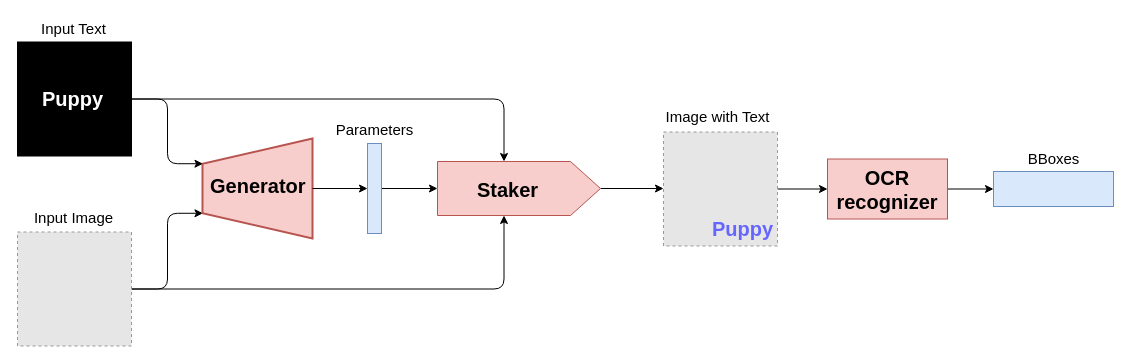
Before: docs/architecture_target.drawio in GrigoryBartosh/hse07_dl_ocr, a draw.io diagram. Source tidied: cells renumbered, new cells numbered last; positions are measured from the earlier drawing's top-left corner, leaving out a move shared by most shapes. Both pictures are drawn from the tidied source at 100%, with x=0, y=0 at pixel (17, 16). Pictures stored in the file or linked from it are replaced by grey dashed boxes.
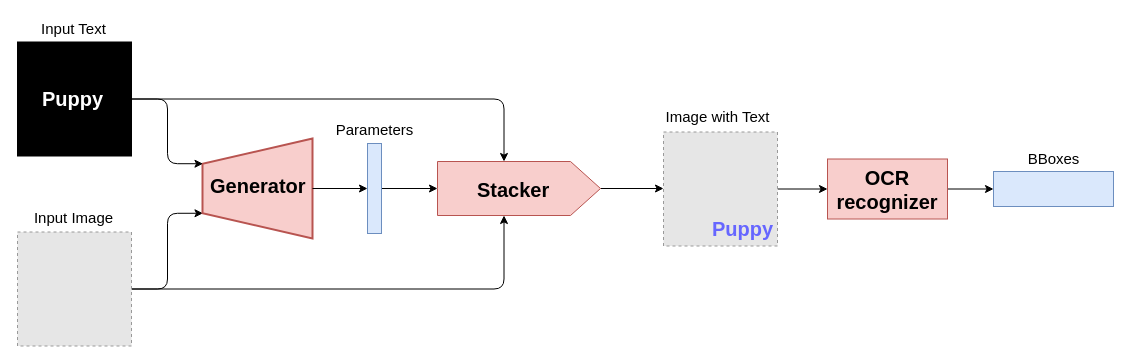
Above is the later version.

The edit, as a diff of the source:
```diff
@@
-    <mxCell id="13" value="&lt;b&gt;&lt;font style=&quot;font-size: 20px&quot;&gt;Staker&lt;/font&gt;&lt;/b&gt;" style="text;html=1;align=left;verticalAlign=top;spacingTop=-4;" parent="1" vertex="1">
-      <mxGeometry x="458" y="159" width="80" height="20" as="geometry" />
+    <mxCell id="13" value="&lt;b&gt;&lt;font style=&quot;font-size: 20px&quot;&gt;Stacker&lt;/font&gt;&lt;/b&gt;" style="text;html=1;align=left;verticalAlign=top;spacingTop=-4;" parent="1" vertex="1">
+      <mxGeometry x="458" y="159" width="90" height="20" as="geometry" />
     </mxCell>
```
